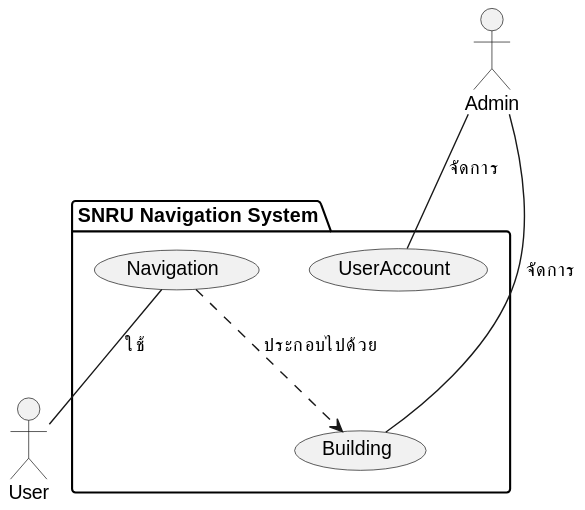
Above: sa/use-case.svg in billowdev/flask-api-aco-shortest-path (PlantUML), before the change.
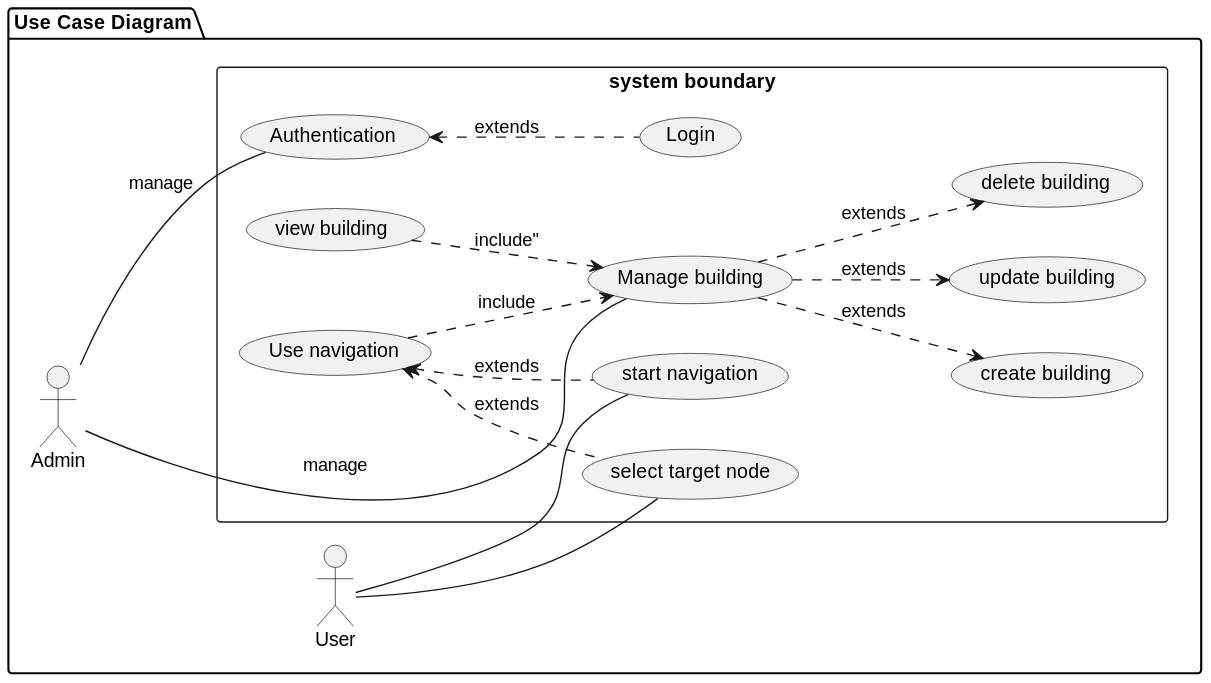
After the change.

Commit message:
update class diagram

The edit, as a diff of the source:
```diff
@@ -1,20 +1,39 @@
 @startuml
+left to right direction
+package "Use Case Diagram" {
 actor Admin
 actor User
+rectangle "system boundary"{
 
-package "SNRU Navigation System" {
+usecase "Manage building" as Building
+usecase "Authentication" as UserAccount
+usecase Login
 
-usecase Building
-usecase UserAccount
-usecase Navigation
+usecase "Use navigation" as Navigation
+usecase "select target node" as selectTargetNodeNavigation
+usecase "start navigation" as startNodeNavigation
+usecase "view building" as viewBuilding
+usecase "create building" as createBuilding
+usecase "update building" as updateBuilding
+usecase "delete building" as deleteBuilding
 
-Admin -- UserAccount : "จัดการ"
-Admin -- Building : "จัดการ"
+UserAccount <.. Login : "extends"
 
-Navigation -- User : "ใช้"
-
-Navigation ..> Building : "ประกอบไปด้วย"
+Admin -- UserAccount : "manage"
+Admin -- Building : "manage"
 
 
+Navigation ..> Building : "include"
+Navigation <.. selectTargetNodeNavigation : "extends"
+Navigation <.. startNodeNavigation : "extends"
+
+viewBuilding ..> Building : "include""
+Building ..>  createBuilding : "extends"
+Building ..>  updateBuilding : "extends"
+Building ..>  deleteBuilding : "extends"
+
+User -- startNodeNavigation
+User -- selectTargetNodeNavigation
+}
 }
 @enduml
```
